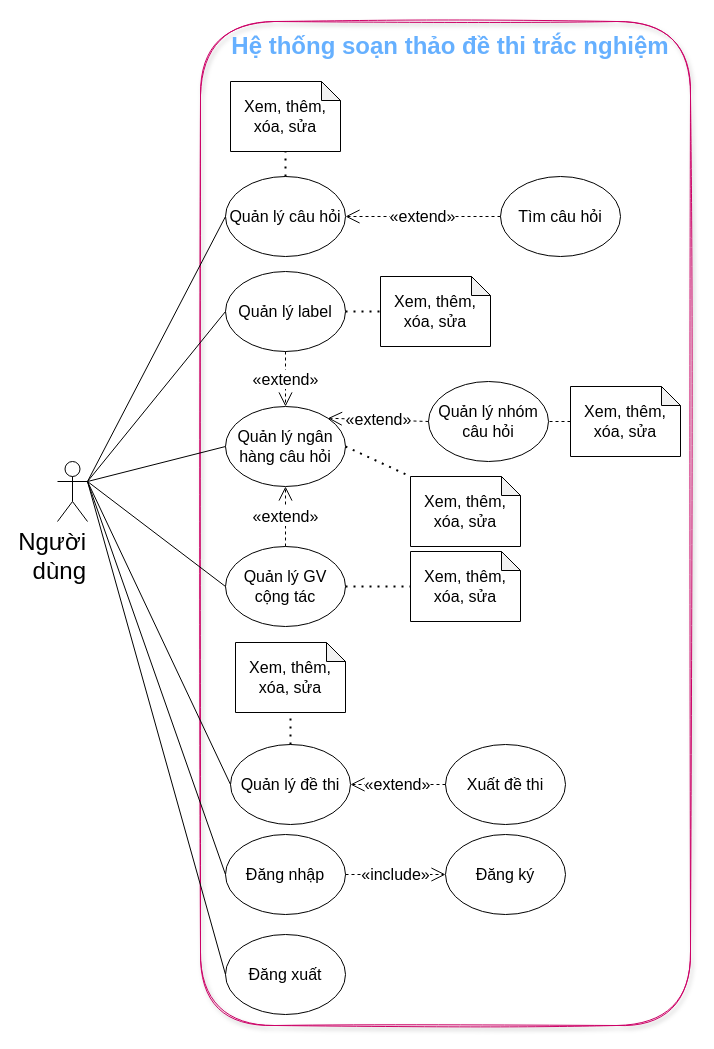
VDT1805/ChallengeCreator keeps this draw.io diagram as page "Hệ thống soạn thảo đề thi trắc nghiệm" (1 of 6) of Hình/usecasediagram.drawio. Above is the earlier version. Source tidied: cells renumbered, new cells numbered last; positions are measured from the earlier drawing's top-left corner, leaving out a move shared by most shapes. Both pictures are drawn from the tidied source at 100%, with x=0, y=0 at pixel (57, 21).
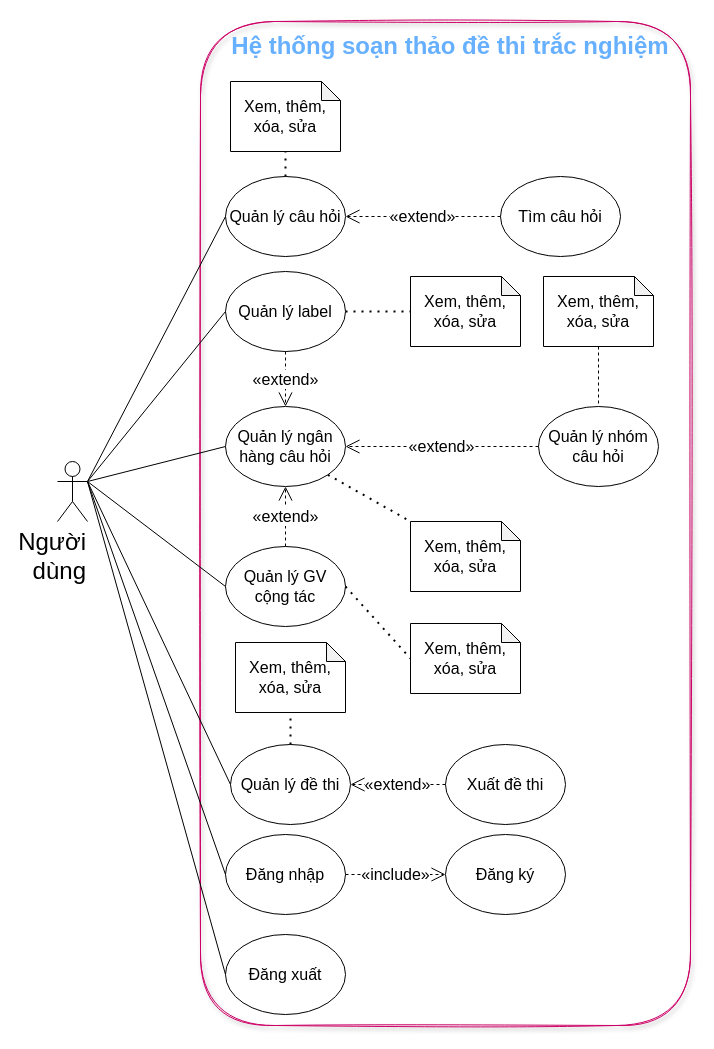
The same page after the edit.

The change refers to these unchanged cells:
```xml
<mxCell id="8" value="Quản lý ngân hàng câu hỏi" style="ellipse;whiteSpace=wrap;html=1;fontSize=16;" parent="1" vertex="1">
  <mxGeometry x="168" y="385" width="120" height="80" as="geometry" />
</mxCell>
```

Change to the diagram source:
```diff
@@
     <mxCell id="9" value="Xem, thêm, xóa, sửa" style="shape=note;whiteSpace=wrap;html=1;backgroundOutline=1;darkOpacity=0.05;fontSize=16;size=19;" parent="1" vertex="1">
-      <mxGeometry x="353" y="455" width="110" height="70" as="geometry" />
+      <mxGeometry x="353" y="500" width="110" height="70" as="geometry" />
     </mxCell>
-    <mxCell id="10" style="endArrow=none;dashed=1;html=1;dashPattern=1 3;strokeWidth=2;fontSize=16;entryX=0;entryY=0;entryDx=0;entryDy=0;entryPerimeter=0;exitX=1;exitY=0.5;exitDx=0;exitDy=0;" parent="1" edge="1" source="8" target="9">
+    <mxCell id="10" style="endArrow=none;dashed=1;html=1;dashPattern=1 3;strokeWidth=2;fontSize=16;entryX=0;entryY=0;entryDx=0;entryDy=0;entryPerimeter=0;exitX=1;exitY=1;exitDx=0;exitDy=0;" parent="1" edge="1" source="8" target="9">
       <mxGeometry relative="1" as="geometry" />
     </mxCell>
@@
     <mxCell id="23" value="Xem, thêm, xóa, sửa" style="shape=note;whiteSpace=wrap;html=1;backgroundOutline=1;darkOpacity=0.05;fontSize=16;size=19;" parent="1" vertex="1">
-      <mxGeometry x="323" y="255" width="110" height="70" as="geometry" />
+      <mxGeometry x="353" y="255" width="110" height="70" as="geometry" />
     </mxCell>
@@
     <mxCell id="35" value="Quản lý nhóm câu hỏi" style="ellipse;whiteSpace=wrap;html=1;fontSize=16;" parent="1" vertex="1">
-      <mxGeometry x="371" y="360" width="120" height="80" as="geometry" />
+      <mxGeometry x="481" y="385" width="120" height="80" as="geometry" />
     </mxCell>
-    <mxCell id="36" style="edgeStyle=none;html=1;entryX=1;entryY=0.5;entryDx=0;entryDy=0;endArrow=none;endFill=0;dashed=1;" parent="1" edge="1" source="37" target="35">
+    <mxCell id="36" style="edgeStyle=none;html=1;entryX=0.5;entryY=0;entryDx=0;entryDy=0;endArrow=none;endFill=0;dashed=1;" parent="1" edge="1" source="37" target="35">
       <mxGeometry relative="1" as="geometry" />
     </mxCell>
     <mxCell id="37" value="Xem, thêm, xóa, sửa" style="shape=note;whiteSpace=wrap;html=1;backgroundOutline=1;darkOpacity=0.05;fontSize=16;size=19;" parent="1" vertex="1">
-      <mxGeometry x="513" y="365" width="110" height="70" as="geometry" />
+      <mxGeometry x="486" y="255" width="110" height="70" as="geometry" />
     </mxCell>
-    <mxCell id="38" value="«extend»" style="endArrow=open;endSize=12;dashed=1;html=1;fontSize=16;exitX=0;exitY=0.5;exitDx=0;exitDy=0;entryX=1;entryY=0;entryDx=0;entryDy=0;" parent="1" edge="1" source="35" target="8">
+    <mxCell id="38" value="«extend»" style="endArrow=open;endSize=12;dashed=1;html=1;fontSize=16;exitX=0;exitY=0.5;exitDx=0;exitDy=0;entryX=1;entryY=0.5;entryDx=0;entryDy=0;" parent="1" edge="1" source="35" target="8">
       <mxGeometry relative="1" as="geometry" />
     </mxCell>
     <mxCell id="39" value="Xem, thêm, xóa, sửa" style="shape=note;whiteSpace=wrap;html=1;backgroundOutline=1;darkOpacity=0.05;fontSize=16;size=19;" parent="1" vertex="1">
-      <mxGeometry x="353" y="530" width="110" height="70" as="geometry" />
+      <mxGeometry x="353" y="602" width="110" height="70" as="geometry" />
     </mxCell>
```
